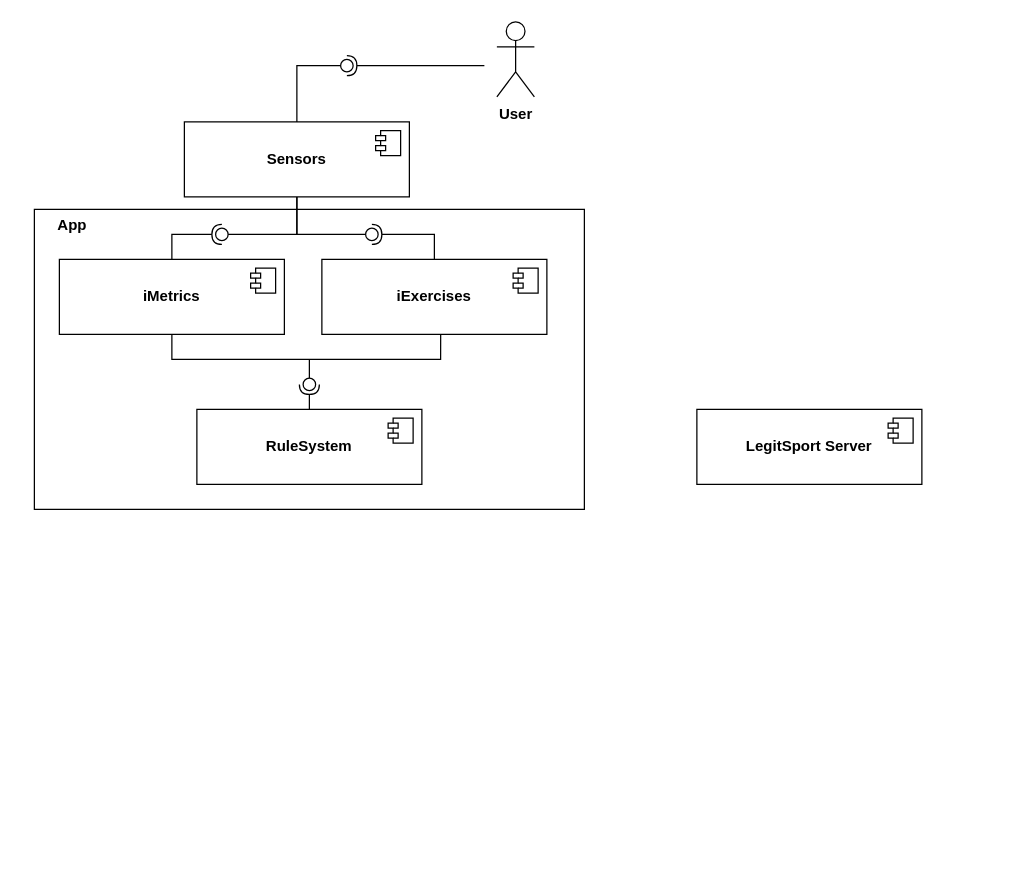
This is Diagrama sin título.drawio from dgolzm/E1-2024-2, a draw.io file, before an edit. Source tidied: cells renumbered, new cells numbered last; positions are measured from the earlier drawing's top-left corner, leaving out a move shared by most shapes. Both pictures are drawn from the tidied source at 125%, with x=0, y=0 at pixel (21, 21).
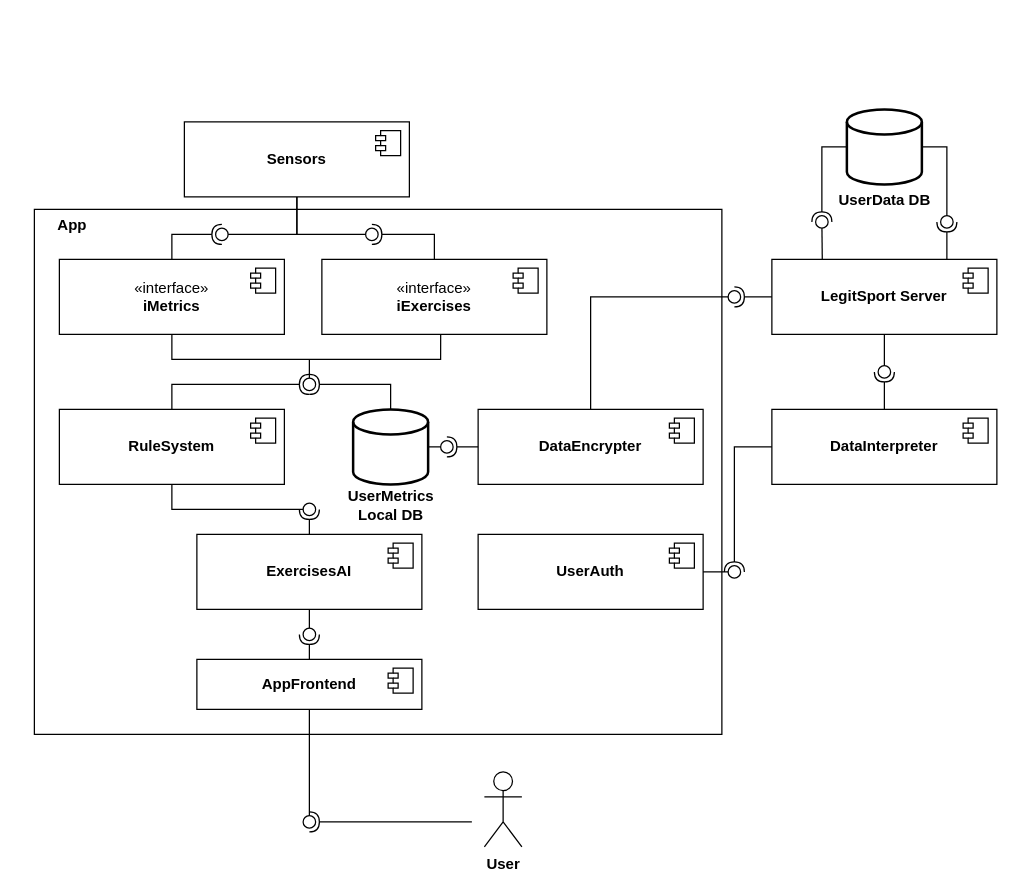
Above is the later version.

Unchanged cells that the change refers to:
```xml
<mxCell id="3" value="&lt;b&gt;Sensors&lt;/b&gt;" style="html=1;whiteSpace=wrap;" parent="1" vertex="1">
  <mxGeometry x="130" y="80" width="180" height="60" as="geometry" />
</mxCell>
<mxCell id="29" style="ellipse;whiteSpace=wrap;html=1;align=center;fillColor=none;strokeColor=none;perimeter=centerPerimeter;points=[];outlineConnect=1;" parent="1" vertex="1">
  <mxGeometry x="255" y="30" width="10" height="10" as="geometry" />
</mxCell>
```

Change to the diagram source:
```diff
@@
-    <mxCell id="2" style="html=1;whiteSpace=wrap;" parent="1" vertex="1">
-      <mxGeometry x="10" y="150" width="440" height="240" as="geometry" />
-    </mxCell>
+    <mxCell id="30" style="html=1;whiteSpace=wrap;" parent="1" vertex="1">
+      <mxGeometry x="10" y="150" width="550" height="420" as="geometry" />
+    </mxCell>
@@
-    <mxCell id="9" value="&lt;b&gt;iMetrics&lt;/b&gt;" style="html=1;whiteSpace=wrap;" parent="1" vertex="1">
+    <mxCell id="9" value="&lt;div&gt;«interface»&lt;br&gt;&lt;/div&gt;&lt;b&gt;iMetrics&lt;/b&gt;" style="html=1;whiteSpace=wrap;" parent="1" vertex="1">
       <mxGeometry x="30" y="190" width="180" height="60" as="geometry" />
     </mxCell>
@@
-    <mxCell id="12" value="&lt;b&gt;iExercises&lt;/b&gt;" style="html=1;whiteSpace=wrap;" parent="1" vertex="1">
+    <mxCell id="12" value="&lt;div&gt;«interface»&lt;br&gt;&lt;/div&gt;&lt;b&gt;iExercises&lt;/b&gt;" style="html=1;whiteSpace=wrap;" parent="1" vertex="1">
       <mxGeometry x="240" y="190" width="180" height="60" as="geometry" />
     </mxCell>
@@
     <mxCell id="17" value="&lt;b&gt;RuleSystem&lt;/b&gt;" style="html=1;whiteSpace=wrap;" parent="1" vertex="1">
-      <mxGeometry x="140" y="310" width="180" height="60" as="geometry" />
+      <mxGeometry x="30" y="310" width="180" height="60" as="geometry" />
     </mxCell>
@@
     <mxCell id="20" style="rounded=0;jettySize=auto;html=1;endArrow=halfCircle;endFill=0;endSize=6;strokeWidth=1;sketch=0;exitX=0.5;exitY=0;exitDx=0;exitDy=0;" parent="1" edge="1" source="17">
       <mxGeometry relative="1" as="geometry">
         <mxPoint x="230" y="290" as="targetPoint" />
+        <Array as="points">
+          <mxPoint x="120" y="290" />
+        </Array>
       </mxGeometry>
     </mxCell>
@@
     <mxCell id="24" value="&lt;b&gt;LegitSport Server&lt;/b&gt;" style="html=1;whiteSpace=wrap;" parent="1" vertex="1">
-      <mxGeometry x="540" y="310" width="180" height="60" as="geometry" />
+      <mxGeometry x="600" y="190" width="180" height="60" as="geometry" />
     </mxCell>
@@
     <mxCell id="26" value="&lt;b&gt;User&lt;/b&gt;" style="shape=umlActor;verticalLabelPosition=bottom;verticalAlign=top;html=1;" parent="1" vertex="1">
-      <mxGeometry x="380" width="30" height="60" as="geometry" />
+      <mxGeometry x="370" y="600" width="30" height="60" as="geometry" />
     </mxCell>
-    <mxCell id="27" style="rounded=0;jettySize=auto;html=1;endArrow=halfCircle;endFill=0;endSize=6;strokeWidth=1;sketch=0;" parent="1" edge="1" target="29">
-      <mxGeometry relative="1" as="geometry">
-        <mxPoint x="370" y="35" as="sourcePoint" />
-      </mxGeometry>
-    </mxCell>
-    <mxCell id="28" style="rounded=0;jettySize=auto;html=1;endArrow=oval;endFill=0;sketch=0;sourcePerimeterSpacing=0;targetPerimeterSpacing=0;endSize=10;exitX=0.5;exitY=0;exitDx=0;exitDy=0;" parent="1" edge="1" source="3" target="29">
-      <mxGeometry relative="1" as="geometry">
-        <Array as="points">
-          <mxPoint x="220" y="35" />
-        </Array>
-      </mxGeometry>
-    </mxCell>
@@
+    <mxCell id="31" value="&lt;b&gt;ExercisesAI&lt;/b&gt;" style="html=1;whiteSpace=wrap;" parent="1" vertex="1">
+      <mxGeometry x="140" y="410" width="180" height="60" as="geometry" />
+    </mxCell>
+    <mxCell id="32" style="shape=module;jettyWidth=8;jettyHeight=4;" parent="31" vertex="1">
+      <mxGeometry x="1" width="20" height="20" relative="1" as="geometry">
+        <mxPoint x="-27" y="7" as="offset" />
+      </mxGeometry>
+    </mxCell>
+    <mxCell id="33" style="rounded=0;jettySize=auto;html=1;endArrow=halfCircle;endFill=0;endSize=6;strokeWidth=1;sketch=0;exitX=0.5;exitY=0;exitDx=0;exitDy=0;" parent="1" edge="1" source="31">
+      <mxGeometry relative="1" as="geometry">
+        <mxPoint x="230" y="390" as="targetPoint" />
+      </mxGeometry>
+    </mxCell>
+    <mxCell id="34" style="rounded=0;jettySize=auto;html=1;endArrow=oval;endFill=0;sketch=0;sourcePerimeterSpacing=0;targetPerimeterSpacing=0;endSize=10;exitX=0.5;exitY=1;exitDx=0;exitDy=0;" parent="1" edge="1" source="17">
+      <mxGeometry relative="1" as="geometry">
+        <mxPoint x="230" y="390" as="targetPoint" />
+        <Array as="points">
+          <mxPoint x="120" y="390" />
+        </Array>
+      </mxGeometry>
+    </mxCell>
+    <mxCell id="35" style="ellipse;whiteSpace=wrap;html=1;align=center;fillColor=none;strokeColor=none;perimeter=centerPerimeter;" parent="1" vertex="1">
+      <mxGeometry x="385" y="300" width="10" height="10" as="geometry" />
+    </mxCell>
+    <mxCell id="36" style="strokeWidth=2;html=1;shape=mxgraph.flowchart.database;whiteSpace=wrap;" parent="1" vertex="1">
+      <mxGeometry x="265" y="310" width="60" height="60" as="geometry" />
+    </mxCell>
+    <mxCell id="37" value="UserMetrics&lt;div&gt;Local&amp;nbsp;&lt;span style=&quot;background-color: initial;&quot;&gt;DB&lt;/span&gt;&lt;/div&gt;" style="text;align=center;fontStyle=1;verticalAlign=middle;spacingLeft=3;spacingRight=3;strokeColor=none;html=1;" parent="1" vertex="1">
+      <mxGeometry x="255" y="374" width="80" height="26" as="geometry" />
+    </mxCell>
+    <mxCell id="38" value="&lt;b&gt;DataEncrypter&lt;/b&gt;" style="html=1;whiteSpace=wrap;" parent="1" vertex="1">
+      <mxGeometry x="365" y="310" width="180" height="60" as="geometry" />
+    </mxCell>
+    <mxCell id="39" style="shape=module;jettyWidth=8;jettyHeight=4;" parent="38" vertex="1">
+      <mxGeometry x="1" width="20" height="20" relative="1" as="geometry">
+        <mxPoint x="-27" y="7" as="offset" />
+      </mxGeometry>
+    </mxCell>
+    <mxCell id="40" style="ellipse;whiteSpace=wrap;html=1;align=center;fillColor=none;strokeColor=none;perimeter=centerPerimeter;" parent="1" vertex="1">
+      <mxGeometry x="360" y="350" width="10" height="10" as="geometry" />
+    </mxCell>
+    <mxCell id="41" style="rounded=0;jettySize=auto;html=1;endArrow=halfCircle;endFill=0;endSize=6;strokeWidth=1;sketch=0;exitX=0;exitY=0.5;exitDx=0;exitDy=0;" parent="1" edge="1" source="38">
+      <mxGeometry relative="1" as="geometry">
+        <mxPoint x="340" y="340" as="targetPoint" />
+      </mxGeometry>
+    </mxCell>
+    <mxCell id="42" style="rounded=0;jettySize=auto;html=1;endArrow=oval;endFill=0;sketch=0;sourcePerimeterSpacing=0;targetPerimeterSpacing=0;endSize=10;exitX=1;exitY=0.5;exitDx=0;exitDy=0;exitPerimeter=0;" parent="1" edge="1" source="36">
+      <mxGeometry relative="1" as="geometry">
+        <mxPoint x="340" y="340" as="targetPoint" />
+      </mxGeometry>
+    </mxCell>
+    <mxCell id="43" style="ellipse;whiteSpace=wrap;html=1;align=center;fillColor=none;strokeColor=none;perimeter=centerPerimeter;" parent="1" vertex="1">
+      <mxGeometry x="375" y="350" width="10" height="10" as="geometry" />
+    </mxCell>
+    <mxCell id="44" style="rounded=0;jettySize=auto;html=1;endArrow=halfCircle;endFill=0;endSize=6;strokeWidth=1;sketch=0;exitX=0;exitY=0.5;exitDx=0;exitDy=0;" parent="1" edge="1" source="24">
+      <mxGeometry relative="1" as="geometry">
+        <mxPoint x="570" y="220" as="targetPoint" />
+      </mxGeometry>
+    </mxCell>
+    <mxCell id="45" style="rounded=0;jettySize=auto;html=1;endArrow=oval;endFill=0;sketch=0;sourcePerimeterSpacing=0;targetPerimeterSpacing=0;endSize=10;exitX=0.5;exitY=0;exitDx=0;exitDy=0;" parent="1" edge="1" source="38">
+      <mxGeometry relative="1" as="geometry">
+        <mxPoint x="570" y="220" as="targetPoint" />
+        <Array as="points">
+          <mxPoint x="455" y="220" />
+        </Array>
+      </mxGeometry>
+    </mxCell>
+    <mxCell id="46" style="ellipse;whiteSpace=wrap;html=1;align=center;fillColor=none;strokeColor=none;perimeter=centerPerimeter;" parent="1" vertex="1">
+      <mxGeometry x="395" y="420" width="10" height="10" as="geometry" />
+    </mxCell>
+    <mxCell id="47" style="rounded=0;jettySize=auto;html=1;endArrow=halfCircle;endFill=0;endSize=6;strokeWidth=1;sketch=0;exitX=0.5;exitY=0;exitDx=0;exitDy=0;exitPerimeter=0;" parent="1" edge="1" source="36">
+      <mxGeometry relative="1" as="geometry">
+        <mxPoint x="230" y="290" as="targetPoint" />
+        <Array as="points">
+          <mxPoint x="295" y="290" />
+        </Array>
+      </mxGeometry>
+    </mxCell>
+    <mxCell id="48" value="&lt;b&gt;AppFrontend&lt;/b&gt;" style="html=1;whiteSpace=wrap;" parent="1" vertex="1">
+      <mxGeometry x="140" y="510" width="180" height="40" as="geometry" />
+    </mxCell>
+    <mxCell id="49" style="shape=module;jettyWidth=8;jettyHeight=4;" parent="48" vertex="1">
+      <mxGeometry x="1" width="20" height="20" relative="1" as="geometry">
+        <mxPoint x="-27" y="7" as="offset" />
+      </mxGeometry>
+    </mxCell>
+    <mxCell id="50" style="rounded=0;jettySize=auto;html=1;endArrow=halfCircle;endFill=0;endSize=6;strokeWidth=1;sketch=0;exitX=0.5;exitY=0;exitDx=0;exitDy=0;" parent="1" edge="1" source="48">
+      <mxGeometry relative="1" as="geometry">
+        <mxPoint x="230" y="490" as="targetPoint" />
+      </mxGeometry>
+    </mxCell>
+    <mxCell id="51" style="rounded=0;jettySize=auto;html=1;endArrow=oval;endFill=0;sketch=0;sourcePerimeterSpacing=0;targetPerimeterSpacing=0;endSize=10;exitX=0.5;exitY=1;exitDx=0;exitDy=0;" parent="1" edge="1" source="31">
+      <mxGeometry relative="1" as="geometry">
+        <mxPoint x="230" y="490" as="targetPoint" />
+      </mxGeometry>
+    </mxCell>
+    <mxCell id="52" style="rounded=0;jettySize=auto;html=1;endArrow=halfCircle;endFill=0;endSize=6;strokeWidth=1;sketch=0;exitX=0.5;exitY=0;exitDx=0;exitDy=0;" parent="1" edge="1" source="54">
+      <mxGeometry relative="1" as="geometry">
+        <mxPoint x="690" y="280" as="targetPoint" />
+        <Array as="points">
+          <mxPoint x="690" y="280" />
+        </Array>
+      </mxGeometry>
+    </mxCell>
+    <mxCell id="53" style="rounded=0;jettySize=auto;html=1;endArrow=oval;endFill=0;sketch=0;sourcePerimeterSpacing=0;targetPerimeterSpacing=0;endSize=10;exitX=0.5;exitY=1;exitDx=0;exitDy=0;" parent="1" edge="1" source="24">
+      <mxGeometry relative="1" as="geometry">
+        <mxPoint x="690" y="280" as="targetPoint" />
+      </mxGeometry>
+    </mxCell>
+    <mxCell id="54" value="&lt;b&gt;DataInterpreter&lt;/b&gt;" style="html=1;whiteSpace=wrap;" parent="1" vertex="1">
+      <mxGeometry x="600" y="310" width="180" height="60" as="geometry" />
+    </mxCell>
+    <mxCell id="55" style="shape=module;jettyWidth=8;jettyHeight=4;" parent="54" vertex="1">
+      <mxGeometry x="1" width="20" height="20" relative="1" as="geometry">
+        <mxPoint x="-27" y="7" as="offset" />
+      </mxGeometry>
+    </mxCell>
+    <mxCell id="56" style="rounded=0;orthogonalLoop=1;jettySize=auto;html=1;endArrow=halfCircle;endFill=0;endSize=6;strokeWidth=1;sketch=0;" parent="1" edge="1">
+      <mxGeometry relative="1" as="geometry">
+        <mxPoint x="360" y="640" as="sourcePoint" />
+        <mxPoint x="230" y="640" as="targetPoint" />
+      </mxGeometry>
+    </mxCell>
+    <mxCell id="57" style="rounded=0;jettySize=auto;html=1;endArrow=oval;endFill=0;sketch=0;sourcePerimeterSpacing=0;targetPerimeterSpacing=0;endSize=10;exitX=0.5;exitY=1;exitDx=0;exitDy=0;" parent="1" edge="1" source="48">
+      <mxGeometry relative="1" as="geometry">
+        <mxPoint x="230" y="640" as="targetPoint" />
+      </mxGeometry>
+    </mxCell>
+    <mxCell id="58" style="ellipse;whiteSpace=wrap;html=1;align=center;fillColor=none;strokeColor=none;perimeter=centerPerimeter;" parent="1" vertex="1">
+      <mxGeometry x="525" y="470" width="10" height="10" as="geometry" />
+    </mxCell>
+    <mxCell id="59" value="&lt;b&gt;UserAuth&lt;/b&gt;" style="html=1;whiteSpace=wrap;" parent="1" vertex="1">
+      <mxGeometry x="365" y="410" width="180" height="60" as="geometry" />
+    </mxCell>
+    <mxCell id="60" style="shape=module;jettyWidth=8;jettyHeight=4;" parent="59" vertex="1">
+      <mxGeometry x="1" width="20" height="20" relative="1" as="geometry">
+        <mxPoint x="-27" y="7" as="offset" />
+      </mxGeometry>
+    </mxCell>
+    <mxCell id="61" style="rounded=0;jettySize=auto;html=1;endArrow=halfCircle;endFill=0;endSize=6;strokeWidth=1;sketch=0;exitX=0;exitY=0.5;exitDx=0;exitDy=0;" parent="1" edge="1" source="54">
+      <mxGeometry relative="1" as="geometry">
+        <mxPoint x="570" y="440" as="targetPoint" />
+        <Array as="points">
+          <mxPoint x="570" y="340" />
+        </Array>
+      </mxGeometry>
+    </mxCell>
+    <mxCell id="62" style="rounded=0;jettySize=auto;html=1;endArrow=oval;endFill=0;sketch=0;sourcePerimeterSpacing=0;targetPerimeterSpacing=0;endSize=10;exitX=1;exitY=0.5;exitDx=0;exitDy=0;" parent="1" edge="1" source="59">
+      <mxGeometry relative="1" as="geometry">
+        <mxPoint x="570" y="440" as="targetPoint" />
+      </mxGeometry>
+    </mxCell>
+    <mxCell id="63" style="ellipse;whiteSpace=wrap;html=1;align=center;fillColor=none;strokeColor=none;perimeter=centerPerimeter;" parent="1" vertex="1">
+      <mxGeometry x="515" y="390" width="10" height="10" as="geometry" />
+    </mxCell>
+    <mxCell id="64" style="strokeWidth=2;html=1;shape=mxgraph.flowchart.database;whiteSpace=wrap;" parent="1" vertex="1">
+      <mxGeometry x="660" y="70" width="60" height="60" as="geometry" />
+    </mxCell>
+    <mxCell id="65" value="UserData DB" style="text;align=center;fontStyle=1;verticalAlign=middle;spacingLeft=3;spacingRight=3;strokeColor=none;html=1;" parent="1" vertex="1">
+      <mxGeometry x="650" y="130" width="80" height="26" as="geometry" />
+    </mxCell>
+    <mxCell id="66" style="rounded=0;jettySize=auto;html=1;endArrow=oval;endFill=0;sketch=0;sourcePerimeterSpacing=0;targetPerimeterSpacing=0;endSize=10;exitX=0.224;exitY=0.002;exitDx=0;exitDy=0;exitPerimeter=0;" parent="1" edge="1" source="24">
+      <mxGeometry relative="1" as="geometry">
+        <mxPoint x="640" y="160" as="targetPoint" />
+      </mxGeometry>
+    </mxCell>
+    <mxCell id="67" style="rounded=0;jettySize=auto;html=1;endArrow=oval;endFill=0;sketch=0;sourcePerimeterSpacing=0;targetPerimeterSpacing=0;endSize=10;exitX=1;exitY=0.5;exitDx=0;exitDy=0;exitPerimeter=0;" parent="1" edge="1" source="64">
+      <mxGeometry relative="1" as="geometry">
+        <mxPoint x="740" y="160" as="targetPoint" />
+        <Array as="points">
+          <mxPoint x="740" y="100" />
+        </Array>
+      </mxGeometry>
+    </mxCell>
+    <mxCell id="68" style="rounded=0;jettySize=auto;html=1;endArrow=halfCircle;endFill=0;endSize=6;strokeWidth=1;sketch=0;exitX=0;exitY=0.5;exitDx=0;exitDy=0;exitPerimeter=0;" parent="1" edge="1" source="64">
+      <mxGeometry relative="1" as="geometry">
+        <mxPoint x="640" y="160" as="targetPoint" />
+        <Array as="points">
+          <mxPoint x="640" y="100" />
+        </Array>
+      </mxGeometry>
+    </mxCell>
+    <mxCell id="69" style="ellipse;whiteSpace=wrap;html=1;align=center;fillColor=none;strokeColor=none;perimeter=centerPerimeter;" parent="1" vertex="1">
+      <mxGeometry x="515" y="310" width="10" height="10" as="geometry" />
+    </mxCell>
+    <mxCell id="70" style="rounded=0;orthogonalLoop=1;jettySize=auto;html=1;endArrow=halfCircle;endFill=0;endSize=6;strokeWidth=1;sketch=0;" parent="1" edge="1">
+      <mxGeometry relative="1" as="geometry">
+        <mxPoint x="740" y="190" as="sourcePoint" />
+        <mxPoint x="740" y="160" as="targetPoint" />
+      </mxGeometry>
+    </mxCell>
```
